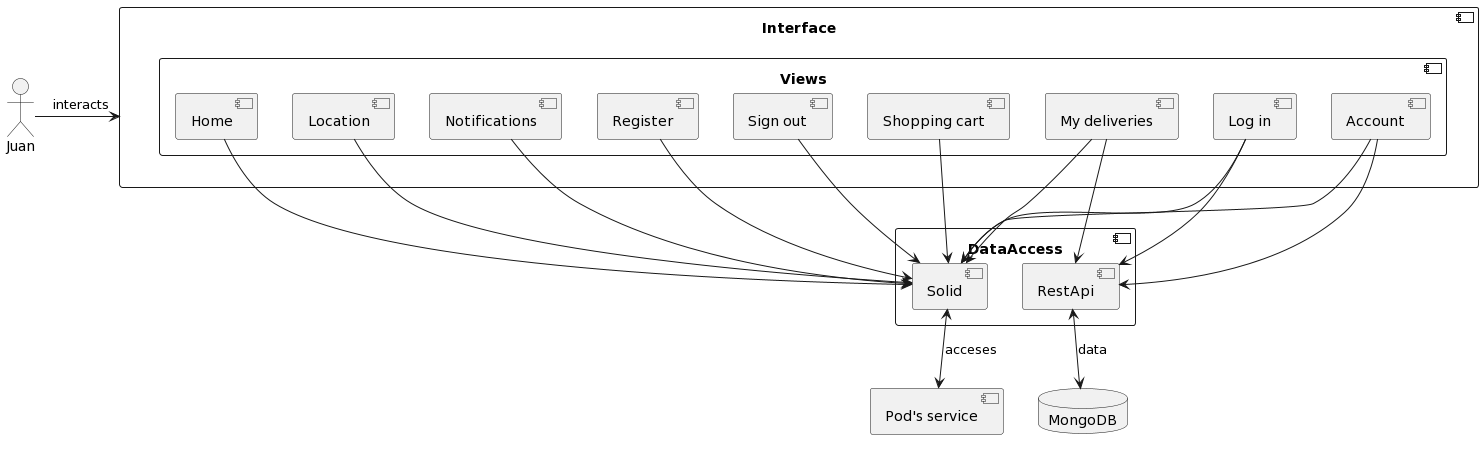
Above: images/level3.png in Arquisoft/dede_en2a (PlantUML), before the change. Its diagram source:
```plantuml
@startuml
Actor Juan

Component Interface{
    Component vi as "Views"{
       Component lo as "Log in"
       Component re as "Register"
       Component ho as "Home"
       Component loc as "Location"
       Component no as "Notifications"
       Component my as "My deliveries"
       Component ac as "Account"
       Component out as "Sign out"
       Component sh as "Shopping cart"
    }
}

Component DataAccess{
       Component sol as "Solid"
       Component res as "RestApi"
}

Component pod as "Pod's service"
Database db as "MongoDB"
Juan -right->Interface: interacts
lo -down-> sol
re -down-> sol
ho -down-> sol
loc -down-> sol
no -down-> sol
my -down-> sol
ac -down-> sol
out -down-> sol
sh -down->sol
lo -down-> res
my -down-> res
ac -down-> res

sol <-down-> pod:acceses
res <-down-> db:data
@enduml
```
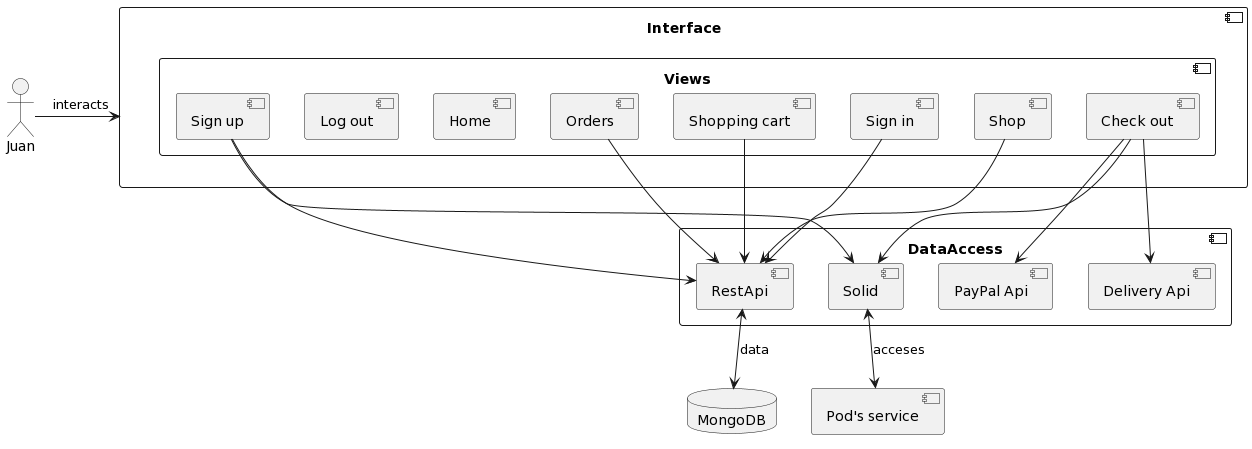
After the change.

Diff of the diagram source:
```diff
@@ -3,38 +3,42 @@
 
 Component Interface{
     Component vi as "Views"{
-       Component lo as "Log in"
-       Component re as "Register"
        Component ho as "Home"
-       Component loc as "Location"
-       Component no as "Notifications"
-       Component my as "My deliveries"
-       Component ac as "Account"
-       Component out as "Sign out"
        Component sh as "Shopping cart"
+       Component sho as "Shop"
+       Component lo as "Sign in"
+       Component re as "Sign up"
+       Component out as "Log out"
+       Component my as "Orders"
+       Component ck as "Check out"
     }
 }
 
 Component DataAccess{
        Component sol as "Solid"
        Component res as "RestApi"
+       Component pay as "PayPal Api"
+       Component de as "Delivery Api"
 }
 
 Component pod as "Pod's service"
 Database db as "MongoDB"
 Juan -right->Interface: interacts
-lo -down-> sol
-re -down-> sol
-ho -down-> sol
-loc -down-> sol
-no -down-> sol
-my -down-> sol
-ac -down-> sol
-out -down-> sol
-sh -down->sol
-lo -down-> res
-my -down-> res
-ac -down-> res
+
+re -right-> sol
+ck -down-> sol
+
+re-right->res
+sho-right->res
+lo-right->res
+sh-right->res
+my-right->res
+
+
+ck -down-> pay
+ck-down->de
+
+
 
 sol <-down-> pod:acceses
 res <-down-> db:data
```
